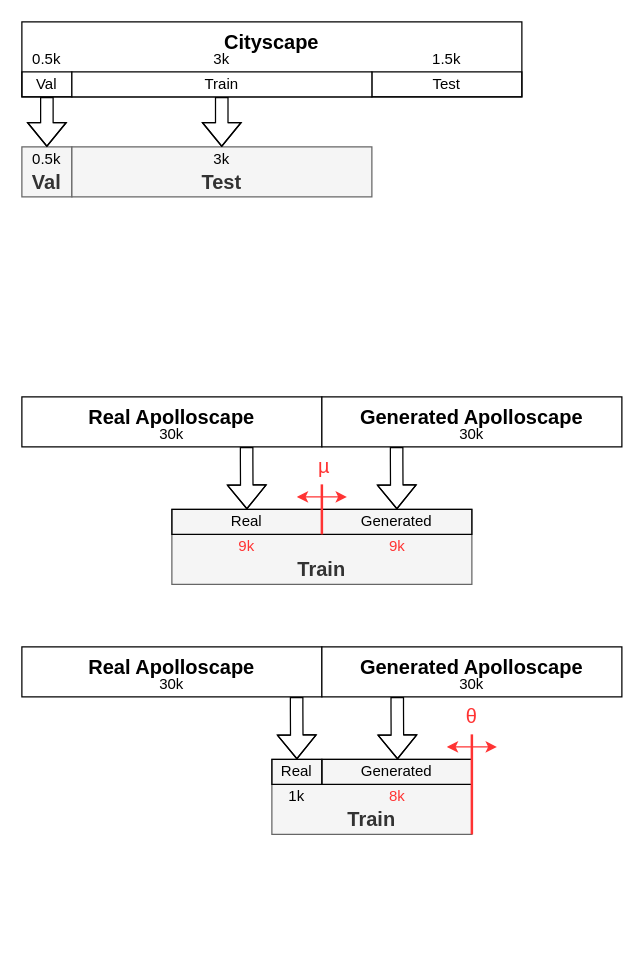
The draw.io diagram page "Page-3" (3 of 4) of Untitled Diagram.drawio in losredoe132/losredoe132, before the edit. Source tidied: cells renumbered, new cells numbered last; positions are measured from the earlier drawing's top-left corner, leaving out a move shared by most shapes. Both pictures are drawn from the tidied source at 125%, with x=0, y=0 at pixel (21, 21).
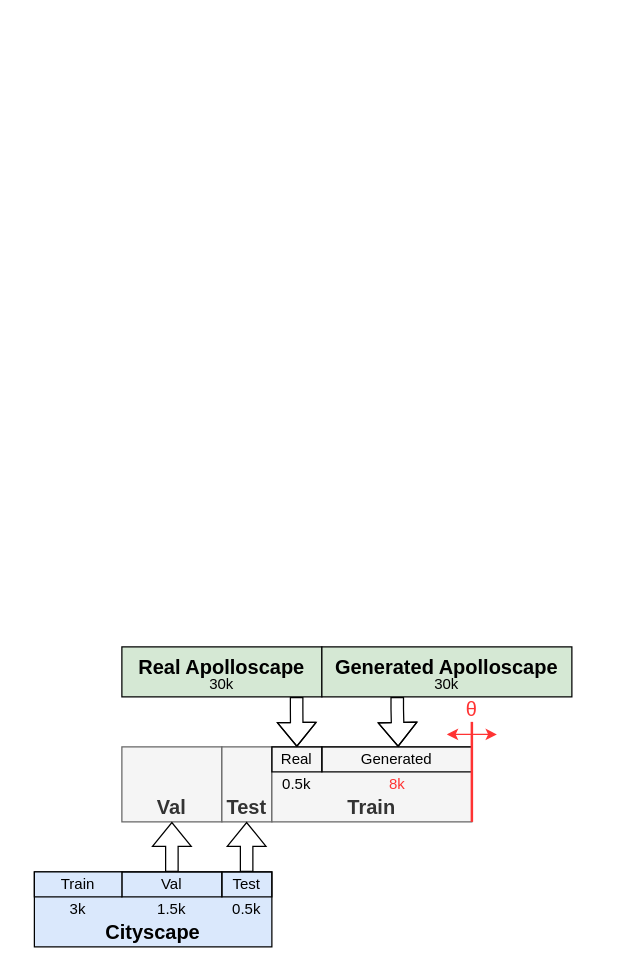
The same page after the edit.

The edit, as a diff of the source:
```diff
@@
-    <mxCell id="2" value="&lt;b style=&quot;font-size: 16px;&quot;&gt;Real Apolloscape&lt;br&gt;&lt;/b&gt;" style="rounded=0;whiteSpace=wrap;html=1;fontSize=16;verticalAlign=top;" parent="1" vertex="1">
-      <mxGeometry y="300" width="240" height="40" as="geometry" />
-    </mxCell>
     <mxCell id="3" value="Val" style="rounded=0;whiteSpace=wrap;html=1;fillColor=#f5f5f5;strokeColor=#666666;fontSize=16;fontStyle=1;fontColor=#333333;verticalAlign=bottom;" parent="1" vertex="1">
-      <mxGeometry y="100" width="40" height="40" as="geometry" />
+      <mxGeometry x="80" y="580" width="80" height="60" as="geometry" />
     </mxCell>
-    <mxCell id="4" value="&lt;div style=&quot;font-size: 16px;&quot;&gt;&lt;b style=&quot;font-size: 16px;&quot;&gt;Train&lt;/b&gt;&lt;/div&gt;" style="rounded=0;whiteSpace=wrap;html=1;fontSize=16;fillColor=#f5f5f5;fontColor=#333333;strokeColor=#666666;verticalAlign=bottom;" parent="1" vertex="1">
-      <mxGeometry x="120" y="390" width="240" height="60" as="geometry" />
-    </mxCell>
-    <mxCell id="5" value="0.5k" style="text;html=1;strokeColor=none;fillColor=none;align=center;verticalAlign=middle;whiteSpace=wrap;rounded=0;" parent="1" vertex="1">
-      <mxGeometry y="100" width="40" height="20" as="geometry" />
-    </mxCell>
-    <mxCell id="6" value="30k" style="text;html=1;strokeColor=none;fillColor=none;align=center;verticalAlign=middle;whiteSpace=wrap;rounded=0;" parent="1" vertex="1">
-      <mxGeometry y="320" width="240" height="20" as="geometry" />
-    </mxCell>
     <mxCell id="7" value="&lt;b style=&quot;font-size: 16px;&quot;&gt;Test&lt;/b&gt;" style="rounded=0;whiteSpace=wrap;html=1;fillColor=#f5f5f5;strokeColor=#666666;fontSize=16;fontColor=#333333;verticalAlign=bottom;" parent="1" vertex="1">
-      <mxGeometry x="40" y="100" width="240" height="40" as="geometry" />
+      <mxGeometry x="160" y="580" width="40" height="60" as="geometry" />
     </mxCell>
-    <mxCell id="8" value="&lt;div&gt;Real&lt;/div&gt;" style="rounded=0;whiteSpace=wrap;html=1;strokeColor=default;fillColor=none;" parent="1" vertex="1">
-      <mxGeometry x="120" y="390" width="120" height="20" as="geometry" />
-    </mxCell>
-    <mxCell id="9" value="Generated" style="rounded=0;whiteSpace=wrap;html=1;strokeColor=default;fillColor=none;" parent="1" vertex="1">
-      <mxGeometry x="240" y="390" width="120" height="20" as="geometry" />
-    </mxCell>
-    <mxCell id="10" value="9k" style="text;html=1;strokeColor=none;fillColor=none;align=center;verticalAlign=middle;whiteSpace=wrap;rounded=0;fontColor=#FF3333;" parent="1" vertex="1">
-      <mxGeometry x="239" y="410" width="123" height="20" as="geometry" />
-    </mxCell>
-    <mxCell id="11" style="shape=flexArrow;endArrow=classic;html=1;rounded=0;exitX=0.5;exitY=1;exitDx=0;exitDy=0;" parent="1" edge="1" source="18">
-      <mxGeometry relative="1" as="geometry">
-        <mxPoint x="20" y="100" as="targetPoint" />
-        <Array as="points">
-          <mxPoint x="20" y="69.8" />
-        </Array>
-      </mxGeometry>
-    </mxCell>
-    <mxCell id="12" style="endArrow=none;html=1;strokeWidth=2;rounded=0;fontSize=12;exitX=0;exitY=1;exitDx=0;exitDy=0;strokeColor=#FF3333;" parent="1" edge="1" source="9">
-      <mxGeometry relative="1" as="geometry">
-        <mxPoint x="240" y="370" as="targetPoint" />
-      </mxGeometry>
-    </mxCell>
-    <mxCell id="13" style="endArrow=classic;startArrow=classic;html=1;rounded=0;fontSize=12;strokeWidth=1;fontColor=#FF3333;labelBackgroundColor=#FF3333;strokeColor=#FF3333;" parent="1" edge="1">
-      <mxGeometry relative="1" as="geometry">
-        <mxPoint x="220" y="380" as="sourcePoint" />
-        <mxPoint x="260" y="380" as="targetPoint" />
-      </mxGeometry>
-    </mxCell>
-    <mxCell id="14" value="µ" style="text;html=1;strokeColor=none;fillColor=none;align=center;verticalAlign=middle;whiteSpace=wrap;rounded=0;fontSize=16;fontStyle=0;fontColor=#FF3333;" parent="1" vertex="1">
-      <mxGeometry x="212" y="340" width="60" height="30" as="geometry" />
-    </mxCell>
-    <mxCell id="15" value="Generated Apolloscape" style="rounded=0;whiteSpace=wrap;html=1;fontSize=16;fontStyle=1;verticalAlign=top;" parent="1" vertex="1">
-      <mxGeometry x="240" y="300" width="240" height="40" as="geometry" />
-    </mxCell>
-    <mxCell id="16" value="Cityscape" style="rounded=0;whiteSpace=wrap;html=1;fontSize=16;fontStyle=1;verticalAlign=top;" parent="1" vertex="1">
-      <mxGeometry width="400" height="60" as="geometry" />
+    <mxCell id="16" value="Cityscape" style="rounded=0;whiteSpace=wrap;html=1;fontSize=16;fontStyle=1;verticalAlign=bottom;fillColor=#dae8fc;strokeColor=default;" parent="1" vertex="1">
+      <mxGeometry x="10" y="680" width="190" height="60" as="geometry" />
     </mxCell>
-    <mxCell id="17" value="30k" style="text;html=1;strokeColor=none;fillColor=none;align=center;verticalAlign=middle;whiteSpace=wrap;rounded=0;" parent="1" vertex="1">
-      <mxGeometry x="240" y="320" width="240" height="20" as="geometry" />
-    </mxCell>
     <mxCell id="18" value="Val" style="rounded=0;whiteSpace=wrap;html=1;strokeColor=default;fillColor=none;" parent="1" vertex="1">
-      <mxGeometry y="40" width="40" height="20" as="geometry" />
+      <mxGeometry x="80" y="680" width="80" height="20" as="geometry" />
     </mxCell>
     <mxCell id="19" value="Test" style="rounded=0;whiteSpace=wrap;html=1;strokeColor=default;fillColor=none;" parent="1" vertex="1">
-      <mxGeometry x="280" y="40" width="120" height="20" as="geometry" />
+      <mxGeometry x="160" y="680" width="40" height="20" as="geometry" />
     </mxCell>
-    <mxCell id="20" value="Train" style="rounded=0;whiteSpace=wrap;html=1;fillColor=default;" parent="1" vertex="1">
-      <mxGeometry x="40" y="40" width="240" height="20" as="geometry" />
+    <mxCell id="20" value="Train" style="rounded=0;whiteSpace=wrap;html=1;fillColor=#dae8fc;strokeColor=default;" parent="1" vertex="1">
+      <mxGeometry x="10" y="680" width="70" height="20" as="geometry" />
     </mxCell>
-    <mxCell id="21" value="9k" style="text;html=1;strokeColor=none;fillColor=none;align=center;verticalAlign=middle;whiteSpace=wrap;rounded=0;fontColor=#FF3333;" parent="1" vertex="1">
-      <mxGeometry x="120" y="410" width="120" height="20" as="geometry" />
-    </mxCell>
     <mxCell id="22" value="0.5k" style="text;html=1;strokeColor=none;fillColor=none;align=center;verticalAlign=middle;whiteSpace=wrap;rounded=0;fontColor=#000000;" parent="1" vertex="1">
-      <mxGeometry y="20" width="40" height="20" as="geometry" />
+      <mxGeometry x="160" y="700" width="40" height="20" as="geometry" />
     </mxCell>
     <mxCell id="23" value="3k" style="text;html=1;strokeColor=none;fillColor=none;align=center;verticalAlign=middle;whiteSpace=wrap;rounded=0;fontColor=#000000;" parent="1" vertex="1">
-      <mxGeometry x="40" y="20" width="240" height="20" as="geometry" />
+      <mxGeometry x="10" y="700" width="70" height="20" as="geometry" />
     </mxCell>
     <mxCell id="24" value="1.5k" style="text;html=1;strokeColor=none;fillColor=none;align=center;verticalAlign=middle;whiteSpace=wrap;rounded=0;fontColor=#000000;" parent="1" vertex="1">
-      <mxGeometry x="280" y="20" width="120" height="20" as="geometry" />
+      <mxGeometry x="80" y="700" width="80" height="20" as="geometry" />
     </mxCell>
-    <mxCell id="25" value="3k" style="text;html=1;strokeColor=none;fillColor=none;align=center;verticalAlign=middle;whiteSpace=wrap;rounded=0;" parent="1" vertex="1">
-      <mxGeometry x="40" y="100" width="240" height="20" as="geometry" />
-    </mxCell>
-    <mxCell id="26" style="shape=flexArrow;endArrow=classic;html=1;rounded=0;exitX=0.5;exitY=1;exitDx=0;exitDy=0;" parent="1" edge="1">
-      <mxGeometry relative="1" as="geometry">
-        <mxPoint x="159.9" y="60" as="sourcePoint" />
-        <mxPoint x="159.9" y="100" as="targetPoint" />
-        <Array as="points">
-          <mxPoint x="159.9" y="69.8" />
-        </Array>
-      </mxGeometry>
-    </mxCell>
-    <mxCell id="27" value="&lt;b style=&quot;font-size: 16px;&quot;&gt;Real Apolloscape&lt;br&gt;&lt;/b&gt;" style="rounded=0;whiteSpace=wrap;html=1;fontSize=16;verticalAlign=top;" parent="1" vertex="1">
-      <mxGeometry y="500" width="240" height="40" as="geometry" />
+    <mxCell id="27" value="&lt;b style=&quot;font-size: 16px;&quot;&gt;Real Apolloscape&lt;br&gt;&lt;/b&gt;" style="rounded=0;whiteSpace=wrap;html=1;fontSize=16;verticalAlign=top;fillColor=#d5e8d4;strokeColor=default;" parent="1" vertex="1">
+      <mxGeometry x="80" y="500" width="160" height="40" as="geometry" />
     </mxCell>
     <mxCell id="28" value="&lt;div style=&quot;font-size: 16px;&quot;&gt;&lt;b style=&quot;font-size: 16px;&quot;&gt;Train&lt;/b&gt;&lt;/div&gt;" style="rounded=0;whiteSpace=wrap;html=1;fontSize=16;fillColor=#f5f5f5;fontColor=#333333;strokeColor=#666666;verticalAlign=bottom;" parent="1" vertex="1">
-      <mxGeometry x="200" y="590" width="160" height="60" as="geometry" />
+      <mxGeometry x="200" y="580" width="160" height="60" as="geometry" />
     </mxCell>
     <mxCell id="29" value="30k" style="text;html=1;strokeColor=none;fillColor=none;align=center;verticalAlign=middle;whiteSpace=wrap;rounded=0;" parent="1" vertex="1">
-      <mxGeometry y="520" width="240" height="20" as="geometry" />
+      <mxGeometry x="80" y="520" width="160" height="20" as="geometry" />
     </mxCell>
     <mxCell id="30" value="&lt;div&gt;Real&lt;/div&gt;" style="rounded=0;whiteSpace=wrap;html=1;strokeColor=default;fillColor=none;" parent="1" vertex="1">
-      <mxGeometry x="200" y="590" width="40" height="20" as="geometry" />
+      <mxGeometry x="200" y="580" width="40" height="20" as="geometry" />
     </mxCell>
     <mxCell id="31" value="Generated" style="rounded=0;whiteSpace=wrap;html=1;strokeColor=default;fillColor=none;" parent="1" vertex="1">
-      <mxGeometry x="240" y="590" width="120" height="20" as="geometry" />
+      <mxGeometry x="240" y="580" width="120" height="20" as="geometry" />
     </mxCell>
     <mxCell id="32" value="8k" style="text;html=1;strokeColor=none;fillColor=none;align=center;verticalAlign=middle;whiteSpace=wrap;rounded=0;fontColor=#FF3333;" parent="1" vertex="1">
-      <mxGeometry x="239" y="610" width="123" height="20" as="geometry" />
+      <mxGeometry x="239" y="600" width="123" height="20" as="geometry" />
     </mxCell>
     <mxCell id="33" style="endArrow=none;html=1;strokeWidth=2;rounded=0;fontSize=12;exitX=1;exitY=1;exitDx=0;exitDy=0;strokeColor=#FF3333;" parent="1" edge="1" source="28">
       <mxGeometry relative="1" as="geometry">
-        <mxPoint x="360" y="570" as="targetPoint" />
+        <mxPoint x="360" y="560" as="targetPoint" />
       </mxGeometry>
     </mxCell>
-    <mxCell id="34" value="Generated Apolloscape" style="rounded=0;whiteSpace=wrap;html=1;fontSize=16;fontStyle=1;verticalAlign=top;" parent="1" vertex="1">
-      <mxGeometry x="240" y="500" width="240" height="40" as="geometry" />
+    <mxCell id="34" value="Generated Apolloscape" style="rounded=0;whiteSpace=wrap;html=1;fontSize=16;fontStyle=1;verticalAlign=top;fillColor=#d5e8d4;strokeColor=default;" parent="1" vertex="1">
+      <mxGeometry x="240" y="500" width="200" height="40" as="geometry" />
     </mxCell>
     <mxCell id="35" value="30k" style="text;html=1;strokeColor=none;fillColor=none;align=center;verticalAlign=middle;whiteSpace=wrap;rounded=0;" parent="1" vertex="1">
-      <mxGeometry x="240" y="520" width="240" height="20" as="geometry" />
+      <mxGeometry x="240" y="520" width="200" height="20" as="geometry" />
     </mxCell>
-    <mxCell id="36" value="1k" style="text;html=1;strokeColor=none;fillColor=none;align=center;verticalAlign=middle;whiteSpace=wrap;rounded=0;fontColor=#000000;" parent="1" vertex="1">
-      <mxGeometry x="200" y="610" width="40" height="20" as="geometry" />
+    <mxCell id="36" value="0.5k" style="text;html=1;strokeColor=none;fillColor=none;align=center;verticalAlign=middle;whiteSpace=wrap;rounded=0;fontColor=#000000;" parent="1" vertex="1">
+      <mxGeometry x="200" y="600" width="40" height="20" as="geometry" />
     </mxCell>
     <mxCell id="37" style="endArrow=classic;startArrow=classic;html=1;rounded=0;fontSize=12;strokeWidth=1;fontColor=#FF3333;labelBackgroundColor=#FF3333;strokeColor=#FF3333;" parent="1" edge="1">
       <mxGeometry relative="1" as="geometry">
-        <mxPoint x="340" y="580" as="sourcePoint" />
-        <mxPoint x="380" y="580" as="targetPoint" />
+        <mxPoint x="340" y="570" as="sourcePoint" />
+        <mxPoint x="380" y="570" as="targetPoint" />
       </mxGeometry>
     </mxCell>
     <mxCell id="38" value="&lt;span class=&quot;Grek&quot; lang=&quot;und-Grek&quot;&gt;θ&lt;/span&gt;" style="text;html=1;strokeColor=none;fillColor=none;align=center;verticalAlign=middle;whiteSpace=wrap;rounded=0;fontSize=16;fontStyle=0;fontColor=#FF3333;" parent="1" vertex="1">
-      <mxGeometry x="330" y="540" width="60" height="30" as="geometry" />
+      <mxGeometry x="330" y="540" width="60" height="20" as="geometry" />
     </mxCell>
-    <mxCell id="39" style="shape=flexArrow;endArrow=classic;html=1;rounded=0;exitX=0.5;exitY=1;exitDx=0;exitDy=0;entryX=0.5;entryY=0;entryDx=0;entryDy=0;" parent="1" edge="1" target="8">
-      <mxGeometry relative="1" as="geometry">
-        <mxPoint x="179.8" y="340" as="sourcePoint" />
-        <Array as="points">
-          <mxPoint x="179.8" y="349.8" />
-        </Array>
-      </mxGeometry>
-    </mxCell>
-    <mxCell id="40" style="shape=flexArrow;endArrow=classic;html=1;rounded=0;exitX=0.5;exitY=1;exitDx=0;exitDy=0;entryX=0.5;entryY=0;entryDx=0;entryDy=0;" parent="1" edge="1">
-      <mxGeometry relative="1" as="geometry">
-        <mxPoint x="299.8" y="340" as="sourcePoint" />
-        <mxPoint x="300" y="390" as="targetPoint" />
-        <Array as="points">
-          <mxPoint x="299.8" y="349.8" />
-        </Array>
-      </mxGeometry>
-    </mxCell>
-    <mxCell id="41" style="shape=flexArrow;endArrow=classic;html=1;rounded=0;exitX=0.5;exitY=1;exitDx=0;exitDy=0;entryX=0.5;entryY=0;entryDx=0;entryDy=0;" parent="1" edge="1">
+    <mxCell id="41" style="shape=flexArrow;endArrow=classic;html=1;rounded=0;exitX=0.5;exitY=1;exitDx=0;exitDy=0;" parent="1" edge="1">
       <mxGeometry relative="1" as="geometry">
         <mxPoint x="219.8" y="540" as="sourcePoint" />
-        <mxPoint x="220" y="590" as="targetPoint" />
+        <mxPoint x="220" y="580" as="targetPoint" />
         <Array as="points">
           <mxPoint x="219.8" y="549.8" />
         </Array>
       </mxGeometry>
     </mxCell>
-    <mxCell id="42" style="shape=flexArrow;endArrow=classic;html=1;rounded=0;exitX=0.5;exitY=1;exitDx=0;exitDy=0;entryX=0.5;entryY=0;entryDx=0;entryDy=0;" parent="1" edge="1">
+    <mxCell id="42" style="shape=flexArrow;endArrow=classic;html=1;rounded=0;exitX=0.5;exitY=1;exitDx=0;exitDy=0;" parent="1" edge="1">
       <mxGeometry relative="1" as="geometry">
         <mxPoint x="300.3" y="540" as="sourcePoint" />
-        <mxPoint x="300.5" y="590" as="targetPoint" />
+        <mxPoint x="301" y="580" as="targetPoint" />
         <Array as="points">
           <mxPoint x="300.3" y="549.8" />
         </Array>
       </mxGeometry>
     </mxCell>
+    <mxCell id="43" style="shape=flexArrow;endArrow=classic;html=1;rounded=0;" parent="1" edge="1">
+      <mxGeometry relative="1" as="geometry">
+        <mxPoint x="120" y="680" as="sourcePoint" />
+        <mxPoint x="120" y="640" as="targetPoint" />
+      </mxGeometry>
+    </mxCell>
+    <mxCell id="44" style="shape=flexArrow;endArrow=classic;html=1;rounded=0;" parent="1" edge="1">
+      <mxGeometry relative="1" as="geometry">
+        <mxPoint x="179.8" y="680" as="sourcePoint" />
+        <mxPoint x="179.8" y="640" as="targetPoint" />
+      </mxGeometry>
+    </mxCell>
```
